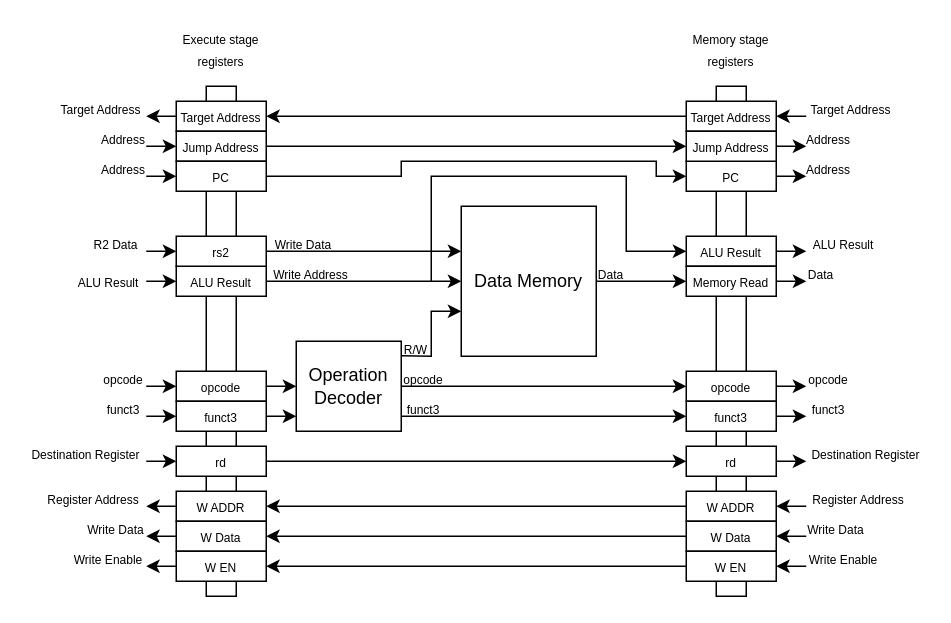
WachirawichN/C0-CPU keeps this draw.io diagram as page "Memory stage" (5 of 6) of docs/imgs/microarchitecture/multi-cycle_datapath.drawio. Above is the earlier version. Source tidied: cells renumbered, new cells numbered last; positions are measured from the earlier drawing's top-left corner, leaving out a move shared by most shapes. Both pictures are drawn from the tidied source at 150%, with x=0, y=0 at pixel (26, 26).
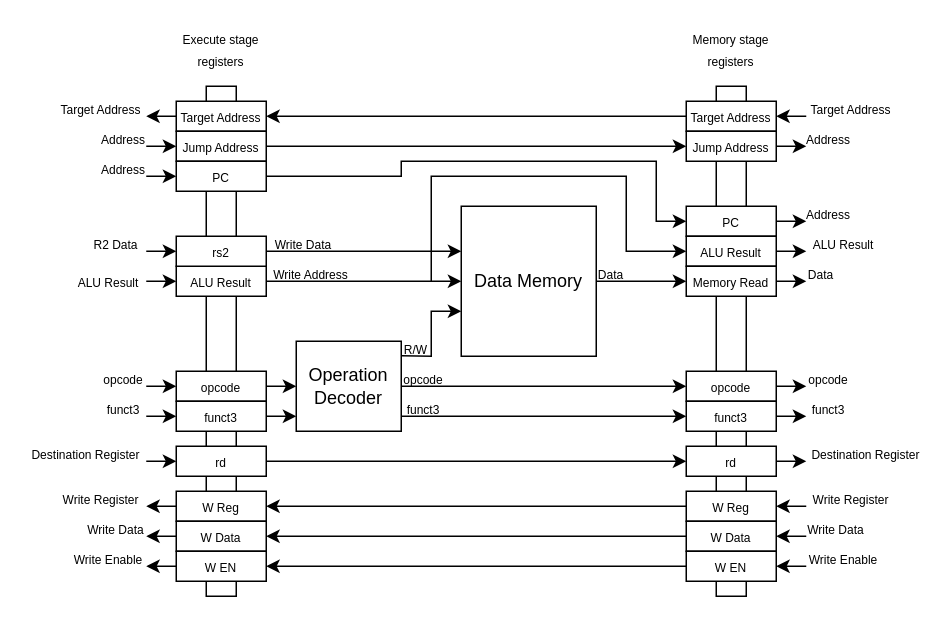
The same diagram, later.

Unchanged cells that the change refers to:
```xml
<mxCell id="70" style="group;" parent="1" vertex="1">
  <mxGeometry x="100" width="60" height="380" as="geometry" />
</mxCell>
<mxCell id="83" value="&lt;span style=&quot;font-size: 8px;&quot;&gt;PC&lt;/span&gt;" style="rounded=0;whiteSpace=wrap;html=1;strokeColor=light-dark(#000000,#FFFFFF);fillColor=light-dark(#FFFFFF,#000000);" parent="70" vertex="1">
  <mxGeometry y="90" width="60" height="20" as="geometry" />
</mxCell>
<mxCell id="84" style="group;" parent="1" vertex="1">
  <mxGeometry x="440" width="60" height="380" as="geometry" />
</mxCell>
```

Change to the diagram source:
```diff
@@
-    <mxCell id="12" value="&lt;font style=&quot;font-size: 8px;&quot;&gt;Register Address&lt;/font&gt;" style="text;html=1;whiteSpace=wrap;strokeColor=none;fillColor=none;align=center;verticalAlign=middle;rounded=0;" parent="1" vertex="1">
-      <mxGeometry x="10" y="310" width="70" height="10" as="geometry" />
+    <mxCell id="12" value="&lt;span style=&quot;font-size: 8px;&quot;&gt;Write Register&lt;/span&gt;" style="text;html=1;whiteSpace=wrap;strokeColor=none;fillColor=none;align=center;verticalAlign=middle;rounded=0;" parent="1" vertex="1">
+      <mxGeometry x="20" y="310" width="60" height="10" as="geometry" />
     </mxCell>
@@
-    <mxCell id="52" value="&lt;font style=&quot;font-size: 8px;&quot;&gt;Register Address&lt;/font&gt;" style="text;html=1;whiteSpace=wrap;strokeColor=none;fillColor=none;align=center;verticalAlign=middle;rounded=0;" parent="1" vertex="1">
-      <mxGeometry x="520" y="310" width="70" height="10" as="geometry" />
+    <mxCell id="52" value="&lt;span style=&quot;font-size: 8px;&quot;&gt;Write Register&lt;/span&gt;" style="text;html=1;whiteSpace=wrap;strokeColor=none;fillColor=none;align=center;verticalAlign=middle;rounded=0;" parent="1" vertex="1">
+      <mxGeometry x="520" y="310" width="60" height="10" as="geometry" />
     </mxCell>
@@
     <mxCell id="59" style="endArrow=classic;html=1;rounded=0;entryX=0;entryY=0.5;entryDx=0;entryDy=0;exitX=1;exitY=0.5;exitDx=0;exitDy=0;" parent="1" edge="1" source="83" target="87">
       <mxGeometry relative="1" as="geometry">
         <Array as="points">
           <mxPoint x="250" y="100" />
           <mxPoint x="250" y="90" />
           <mxPoint x="420" y="90" />
-          <mxPoint x="420" y="100" />
+          <mxPoint x="420" y="130" />
         </Array>
       </mxGeometry>
     </mxCell>
@@
     <mxCell id="61" value="&lt;font style=&quot;font-size: 8px;&quot;&gt;Address&lt;/font&gt;" style="text;html=1;whiteSpace=wrap;strokeColor=none;fillColor=none;align=center;verticalAlign=middle;rounded=0;" parent="1" vertex="1">
-      <mxGeometry x="520" y="90" width="30" height="10" as="geometry" />
+      <mxGeometry x="520" y="120" width="30" height="10" as="geometry" />
     </mxCell>
@@
-    <mxCell id="78" value="&lt;font style=&quot;font-size: 8px;&quot;&gt;W ADDR&lt;/font&gt;" style="rounded=0;whiteSpace=wrap;html=1;strokeColor=light-dark(#000000,#FFFFFF);fillColor=light-dark(#FFFFFF,#000000);" parent="70" vertex="1">
+    <mxCell id="78" value="&lt;font style=&quot;font-size: 8px;&quot;&gt;W Reg&lt;/font&gt;" style="rounded=0;whiteSpace=wrap;html=1;strokeColor=light-dark(#000000,#FFFFFF);fillColor=light-dark(#FFFFFF,#000000);" parent="70" vertex="1">
       <mxGeometry y="310" width="60" height="20" as="geometry" />
     </mxCell>
@@
     <mxCell id="87" value="&lt;span style=&quot;font-size: 8px;&quot;&gt;PC&lt;/span&gt;" style="rounded=0;whiteSpace=wrap;html=1;strokeColor=light-dark(#000000,#FFFFFF);fillColor=light-dark(#FFFFFF,#000000);" parent="84" vertex="1">
-      <mxGeometry y="90" width="60" height="20" as="geometry" />
+      <mxGeometry y="120" width="60" height="20" as="geometry" />
     </mxCell>
@@
-    <mxCell id="93" value="&lt;font style=&quot;font-size: 8px;&quot;&gt;W ADDR&lt;/font&gt;" style="rounded=0;whiteSpace=wrap;html=1;strokeColor=light-dark(#000000,#FFFFFF);fillColor=light-dark(#FFFFFF,#000000);" parent="84" vertex="1">
+    <mxCell id="93" value="&lt;font style=&quot;font-size: 8px;&quot;&gt;W Reg&lt;/font&gt;" style="rounded=0;whiteSpace=wrap;html=1;strokeColor=light-dark(#000000,#FFFFFF);fillColor=light-dark(#FFFFFF,#000000);" parent="84" vertex="1">
       <mxGeometry y="310" width="60" height="20" as="geometry" />
     </mxCell>
```
